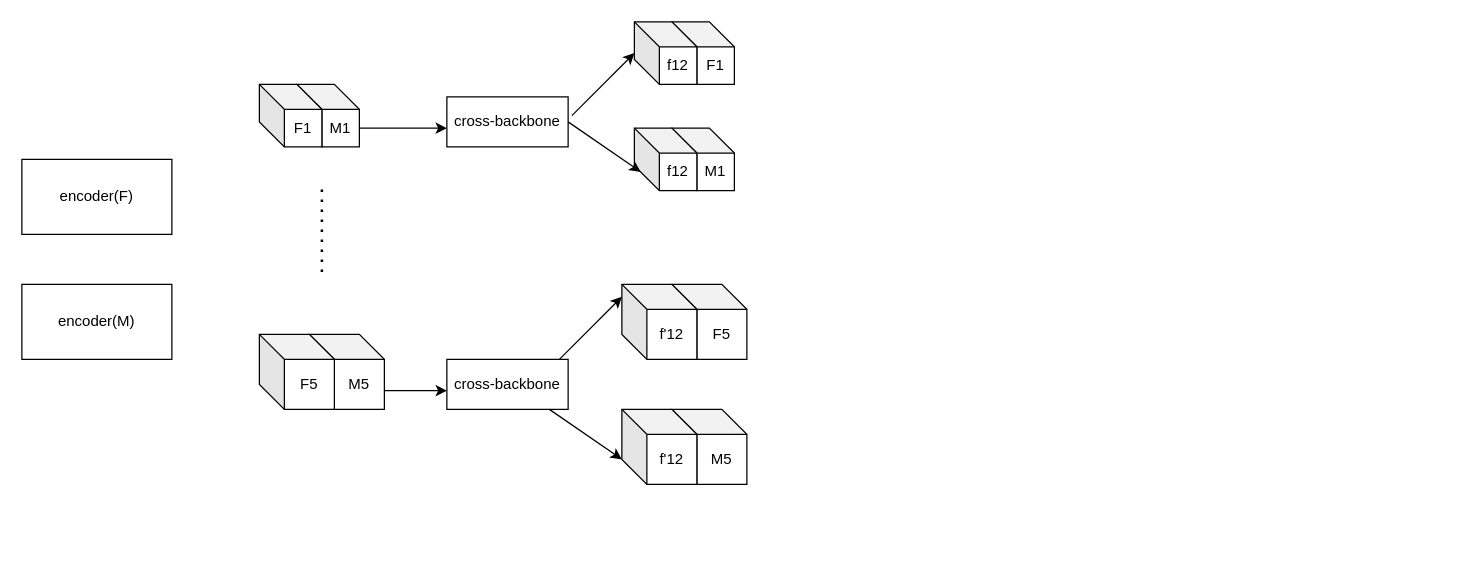
The draw.io diagram 未命名绘图.drawio in TikyZH/deformable-registration, before the edit. Source tidied: cells renumbered, new cells numbered last; positions are measured from the earlier drawing's top-left corner, leaving out a move shared by most shapes. Both pictures are drawn from the tidied source at 125%, with x=0, y=0 at pixel (21, 21).
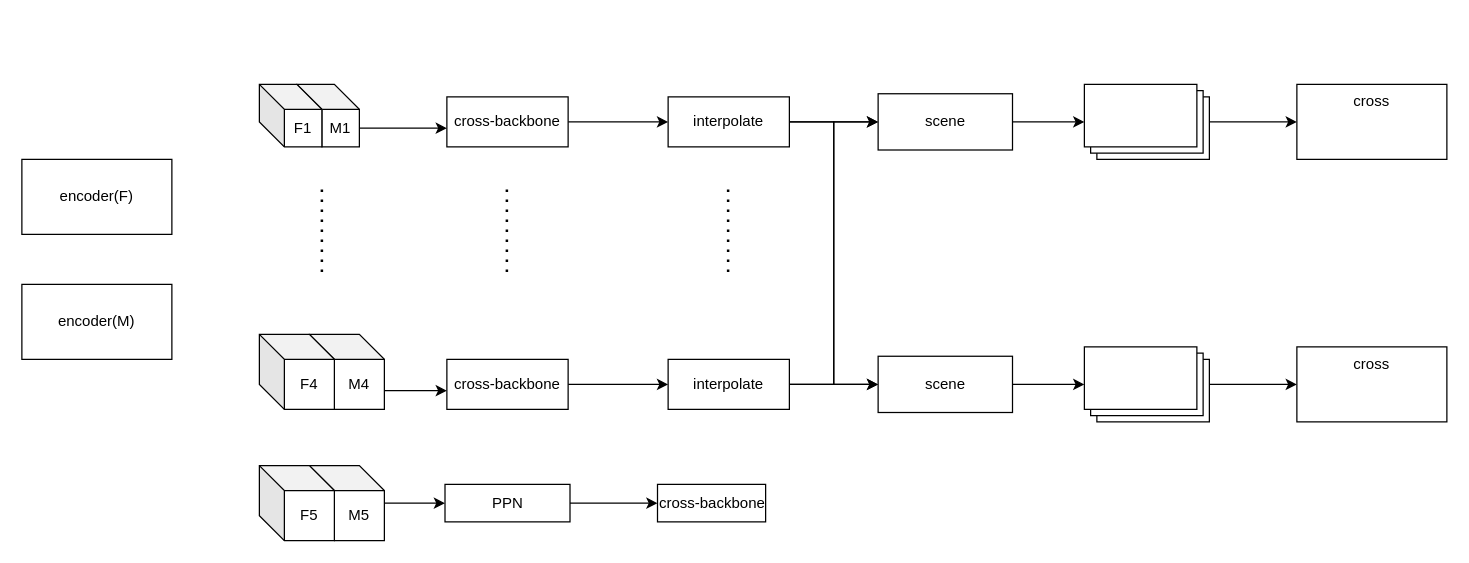
After the change.

Commit message:
更新未命名绘图.drawio

Unchanged cells that the change refers to:
```xml
<mxCell id="9" value="cross-backbone" style="rounded=0;whiteSpace=wrap;html=1;" parent="1" vertex="1">
  <mxGeometry x="340" y="60" width="97" height="40" as="geometry" />
</mxCell>
<mxCell id="11" value="cross-backbone" style="rounded=0;whiteSpace=wrap;html=1;" parent="1" vertex="1">
  <mxGeometry x="340" y="270" width="97" height="40" as="geometry" />
</mxCell>
```

The edit, as a diff of the source:
```diff
@@
-    <mxCell id="6" value="M5" style="shape=cube;whiteSpace=wrap;html=1;boundedLbl=1;backgroundOutline=1;darkOpacity=0.05;darkOpacity2=0.1;" parent="1" vertex="1">
+    <mxCell id="6" value="M4" style="shape=cube;whiteSpace=wrap;html=1;boundedLbl=1;backgroundOutline=1;darkOpacity=0.05;darkOpacity2=0.1;" parent="1" vertex="1">
       <mxGeometry x="230" y="250" width="60" height="60" as="geometry" />
     </mxCell>
-    <mxCell id="7" value="F5" style="shape=cube;whiteSpace=wrap;html=1;boundedLbl=1;backgroundOutline=1;darkOpacity=0.05;darkOpacity2=0.1;" parent="1" vertex="1">
+    <mxCell id="7" value="F4" style="shape=cube;whiteSpace=wrap;html=1;boundedLbl=1;backgroundOutline=1;darkOpacity=0.05;darkOpacity2=0.1;" parent="1" vertex="1">
       <mxGeometry x="190" y="250" width="60" height="60" as="geometry" />
     </mxCell>
@@
+    <mxCell id="25" style="edgeStyle=orthogonalEdgeStyle;rounded=0;jettySize=auto;html=1;" parent="1" edge="1" source="9" target="33">
+      <mxGeometry relative="1" as="geometry" />
+    </mxCell>
@@
+    <mxCell id="26" style="edgeStyle=orthogonalEdgeStyle;rounded=0;jettySize=auto;html=1;" parent="1" edge="1" source="11" target="36">
+      <mxGeometry relative="1" as="geometry" />
+    </mxCell>
@@
-    <mxCell id="13" value="F1" style="shape=cube;whiteSpace=wrap;html=1;boundedLbl=1;backgroundOutline=1;darkOpacity=0.05;darkOpacity2=0.1;" parent="1" vertex="1">
-      <mxGeometry x="520" width="50" height="50" as="geometry" />
-    </mxCell>
-    <mxCell id="14" value="M1" style="shape=cube;whiteSpace=wrap;html=1;boundedLbl=1;backgroundOutline=1;darkOpacity=0.05;darkOpacity2=0.1;" parent="1" vertex="1">
-      <mxGeometry x="520" y="85" width="50" height="50" as="geometry" />
-    </mxCell>
-    <mxCell id="15" value="f12" style="shape=cube;whiteSpace=wrap;html=1;boundedLbl=1;backgroundOutline=1;darkOpacity=0.05;darkOpacity2=0.1;" parent="1" vertex="1">
-      <mxGeometry x="490" width="50" height="50" as="geometry" />
-    </mxCell>
-    <mxCell id="16" value="f12" style="shape=cube;whiteSpace=wrap;html=1;boundedLbl=1;backgroundOutline=1;darkOpacity=0.05;darkOpacity2=0.1;" parent="1" vertex="1">
-      <mxGeometry x="490" y="85" width="50" height="50" as="geometry" />
-    </mxCell>
+    <mxCell id="27" style="edgeStyle=orthogonalEdgeStyle;rounded=0;jettySize=auto;html=1;" parent="1" edge="1" source="28" target="30">
+      <mxGeometry relative="1" as="geometry" />
+    </mxCell>
+    <mxCell id="28" value="PPN" style="rounded=0;whiteSpace=wrap;html=1;" parent="1" vertex="1">
+      <mxGeometry x="338.5" y="370" width="100" height="30" as="geometry" />
+    </mxCell>
+    <mxCell id="29" style="edgeStyle=orthogonalEdgeStyle;rounded=0;jettySize=auto;html=1;" parent="1" edge="1" source="18" target="28">
+      <mxGeometry relative="1" as="geometry" />
+    </mxCell>
+    <mxCell id="18" value="M5" style="shape=cube;whiteSpace=wrap;html=1;boundedLbl=1;backgroundOutline=1;darkOpacity=0.05;darkOpacity2=0.1;" parent="1" vertex="1">
+      <mxGeometry x="230" y="355" width="60" height="60" as="geometry" />
+    </mxCell>
     <mxCell id="17" value="F5" style="shape=cube;whiteSpace=wrap;html=1;boundedLbl=1;backgroundOutline=1;darkOpacity=0.05;darkOpacity2=0.1;" parent="1" vertex="1">
-      <mxGeometry x="520" y="210" width="60" height="60" as="geometry" />
+      <mxGeometry x="190" y="355" width="60" height="60" as="geometry" />
     </mxCell>
-    <mxCell id="18" value="M5" style="shape=cube;whiteSpace=wrap;html=1;boundedLbl=1;backgroundOutline=1;darkOpacity=0.05;darkOpacity2=0.1;" parent="1" vertex="1">
-      <mxGeometry x="520" y="310" width="60" height="60" as="geometry" />
-    </mxCell>
-    <mxCell id="19" value="f'12" style="shape=cube;whiteSpace=wrap;html=1;boundedLbl=1;backgroundOutline=1;darkOpacity=0.05;darkOpacity2=0.1;" parent="1" vertex="1">
-      <mxGeometry x="480" y="210" width="60" height="60" as="geometry" />
-    </mxCell>
-    <mxCell id="20" value="f'12" style="shape=cube;whiteSpace=wrap;html=1;boundedLbl=1;backgroundOutline=1;darkOpacity=0.05;darkOpacity2=0.1;" parent="1" vertex="1">
-      <mxGeometry x="480" y="310" width="60" height="60" as="geometry" />
-    </mxCell>
-    <mxCell id="21" style="endArrow=classic;html=1;rounded=0;" parent="1" edge="1">
-      <mxGeometry relative="1" as="geometry">
-        <mxPoint x="440" y="75" as="sourcePoint" />
-        <mxPoint x="490" y="25" as="targetPoint" />
-      </mxGeometry>
-    </mxCell>
-    <mxCell id="22" style="endArrow=classic;html=1;rounded=0;exitX=1;exitY=0.5;exitDx=0;exitDy=0;" parent="1" edge="1" source="9">
-      <mxGeometry relative="1" as="geometry">
-        <mxPoint x="495" y="120" as="targetPoint" />
-      </mxGeometry>
-    </mxCell>
-    <mxCell id="23" style="endArrow=classic;html=1;rounded=0;" parent="1" edge="1">
-      <mxGeometry relative="1" as="geometry">
-        <mxPoint x="430" y="270" as="sourcePoint" />
-        <mxPoint x="480" y="220" as="targetPoint" />
-      </mxGeometry>
-    </mxCell>
-    <mxCell id="24" style="endArrow=classic;html=1;rounded=0;exitX=1;exitY=0.5;exitDx=0;exitDy=0;" parent="1" edge="1">
-      <mxGeometry relative="1" as="geometry">
-        <mxPoint x="422" y="310" as="sourcePoint" />
-        <mxPoint x="480" y="350" as="targetPoint" />
-      </mxGeometry>
-    </mxCell>
+    <mxCell id="30" value="cross-backbone" style="whiteSpace=wrap;html=1;rounded=0;" parent="1" vertex="1">
+      <mxGeometry x="508.5" y="370" width="86.5" height="30" as="geometry" />
+    </mxCell>
+    <mxCell id="31" style="edgeStyle=orthogonalEdgeStyle;rounded=0;jettySize=auto;html=1;" parent="1" edge="1" source="33" target="40">
+      <mxGeometry relative="1" as="geometry" />
+    </mxCell>
+    <mxCell id="32" style="edgeStyle=orthogonalEdgeStyle;rounded=0;jettySize=auto;html=1;exitX=1;exitY=0.5;exitDx=0;exitDy=0;entryX=0;entryY=0.5;entryDx=0;entryDy=0;" parent="1" edge="1" source="33" target="42">
+      <mxGeometry relative="1" as="geometry" />
+    </mxCell>
+    <mxCell id="33" value="interpolate" style="rounded=0;whiteSpace=wrap;html=1;" parent="1" vertex="1">
+      <mxGeometry x="517" y="60" width="97" height="40" as="geometry" />
+    </mxCell>
+    <mxCell id="34" style="edgeStyle=orthogonalEdgeStyle;rounded=0;jettySize=auto;html=1;" parent="1" edge="1" source="36" target="42">
+      <mxGeometry relative="1" as="geometry" />
+    </mxCell>
+    <mxCell id="35" style="edgeStyle=orthogonalEdgeStyle;rounded=0;jettySize=auto;html=1;exitX=1;exitY=0.5;exitDx=0;exitDy=0;entryX=0;entryY=0.5;entryDx=0;entryDy=0;" parent="1" edge="1" source="36" target="40">
+      <mxGeometry relative="1" as="geometry" />
+    </mxCell>
+    <mxCell id="36" value="interpolate" style="rounded=0;whiteSpace=wrap;html=1;" parent="1" vertex="1">
+      <mxGeometry x="517" y="270" width="97" height="40" as="geometry" />
+    </mxCell>
+    <mxCell id="37" style="endArrow=none;dashed=1;html=1;dashPattern=1 3;strokeWidth=2;rounded=0;" parent="1" edge="1">
+      <mxGeometry relative="1" as="geometry">
+        <mxPoint x="388" y="200" as="sourcePoint" />
+        <mxPoint x="388" y="130" as="targetPoint" />
+        <Array as="points">
+          <mxPoint x="388" y="170" />
+          <mxPoint x="388" y="160" />
+        </Array>
+      </mxGeometry>
+    </mxCell>
+    <mxCell id="38" style="endArrow=none;dashed=1;html=1;dashPattern=1 3;strokeWidth=2;rounded=0;" parent="1" edge="1">
+      <mxGeometry relative="1" as="geometry">
+        <mxPoint x="565" y="200" as="sourcePoint" />
+        <mxPoint x="565" y="130" as="targetPoint" />
+        <Array as="points">
+          <mxPoint x="565" y="170" />
+          <mxPoint x="565" y="160" />
+        </Array>
+      </mxGeometry>
+    </mxCell>
+    <mxCell id="39" style="edgeStyle=orthogonalEdgeStyle;rounded=0;jettySize=auto;html=1;" parent="1" edge="1" source="40" target="44">
+      <mxGeometry relative="1" as="geometry" />
+    </mxCell>
+    <mxCell id="40" value="scene" style="whiteSpace=wrap;html=1;rounded=0;" parent="1" vertex="1">
+      <mxGeometry x="685" y="57.5" width="107.5" height="45" as="geometry" />
+    </mxCell>
+    <mxCell id="41" style="edgeStyle=orthogonalEdgeStyle;rounded=0;jettySize=auto;html=1;" parent="1" edge="1" source="42" target="46">
+      <mxGeometry relative="1" as="geometry" />
+    </mxCell>
+    <mxCell id="42" value="scene" style="whiteSpace=wrap;html=1;rounded=0;" parent="1" vertex="1">
+      <mxGeometry x="685" y="267.5" width="107.5" height="45" as="geometry" />
+    </mxCell>
+    <mxCell id="43" style="edgeStyle=orthogonalEdgeStyle;rounded=0;jettySize=auto;html=1;" parent="1" edge="1" source="44" target="47">
+      <mxGeometry relative="1" as="geometry" />
+    </mxCell>
+    <mxCell id="44" style="verticalLabelPosition=bottom;verticalAlign=top;html=1;shape=mxgraph.basic.layered_rect;dx=10;outlineConnect=0;whiteSpace=wrap;" parent="1" vertex="1">
+      <mxGeometry x="850" y="50" width="100" height="60" as="geometry" />
+    </mxCell>
+    <mxCell id="45" style="edgeStyle=orthogonalEdgeStyle;rounded=0;jettySize=auto;html=1;" parent="1" edge="1" source="46" target="48">
+      <mxGeometry relative="1" as="geometry" />
+    </mxCell>
+    <mxCell id="46" style="verticalLabelPosition=bottom;verticalAlign=top;html=1;shape=mxgraph.basic.layered_rect;dx=10;outlineConnect=0;whiteSpace=wrap;" parent="1" vertex="1">
+      <mxGeometry x="850" y="260" width="100" height="60" as="geometry" />
+    </mxCell>
+    <mxCell id="47" value="cross" style="whiteSpace=wrap;html=1;verticalAlign=top;" parent="1" vertex="1">
+      <mxGeometry x="1020" y="50" width="120" height="60" as="geometry" />
+    </mxCell>
+    <mxCell id="48" value="cross" style="whiteSpace=wrap;html=1;verticalAlign=top;" parent="1" vertex="1">
+      <mxGeometry x="1020" y="260" width="120" height="60" as="geometry" />
+    </mxCell>
```
